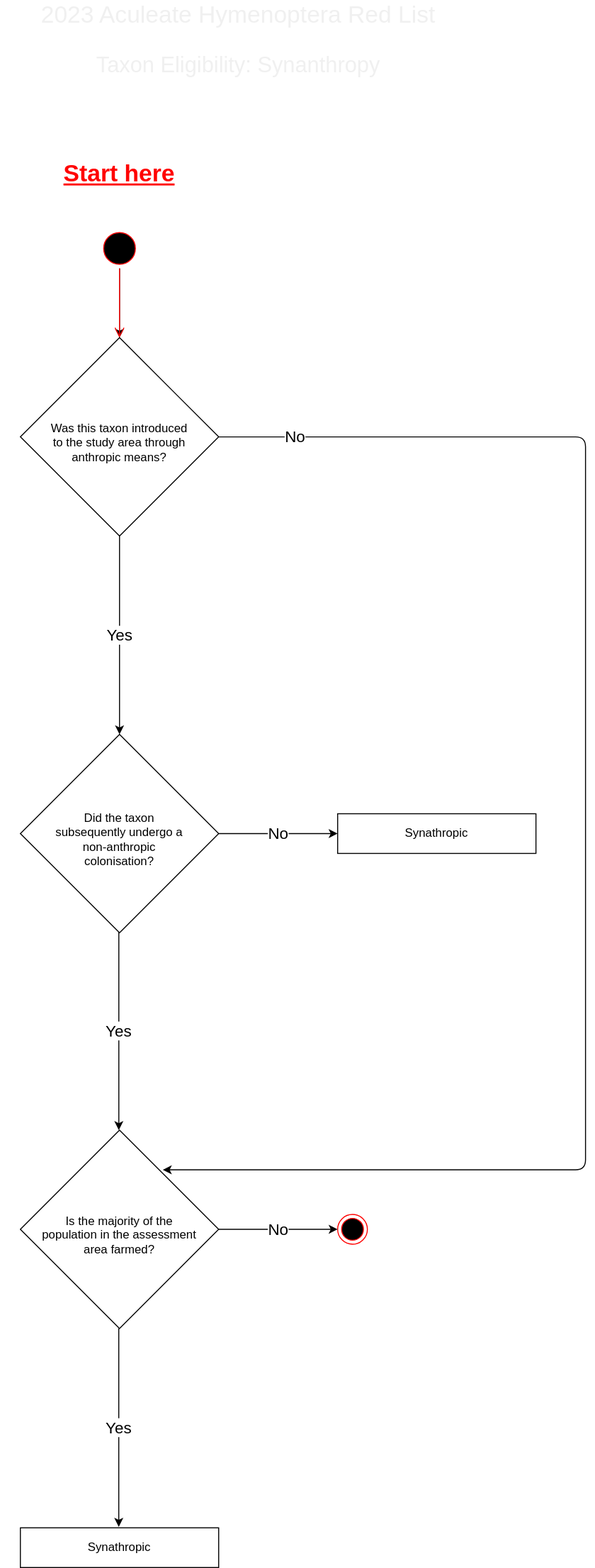
Edwards-R/redlist_docs keeps this draw.io diagram as diagrams/eligibility_synathropy.drawio.svg. Above is the earlier version. Source tidied: cells renumbered, new cells last; positions are measured from the earlier drawing's top-left corner, leaving out a move shared by most shapes.
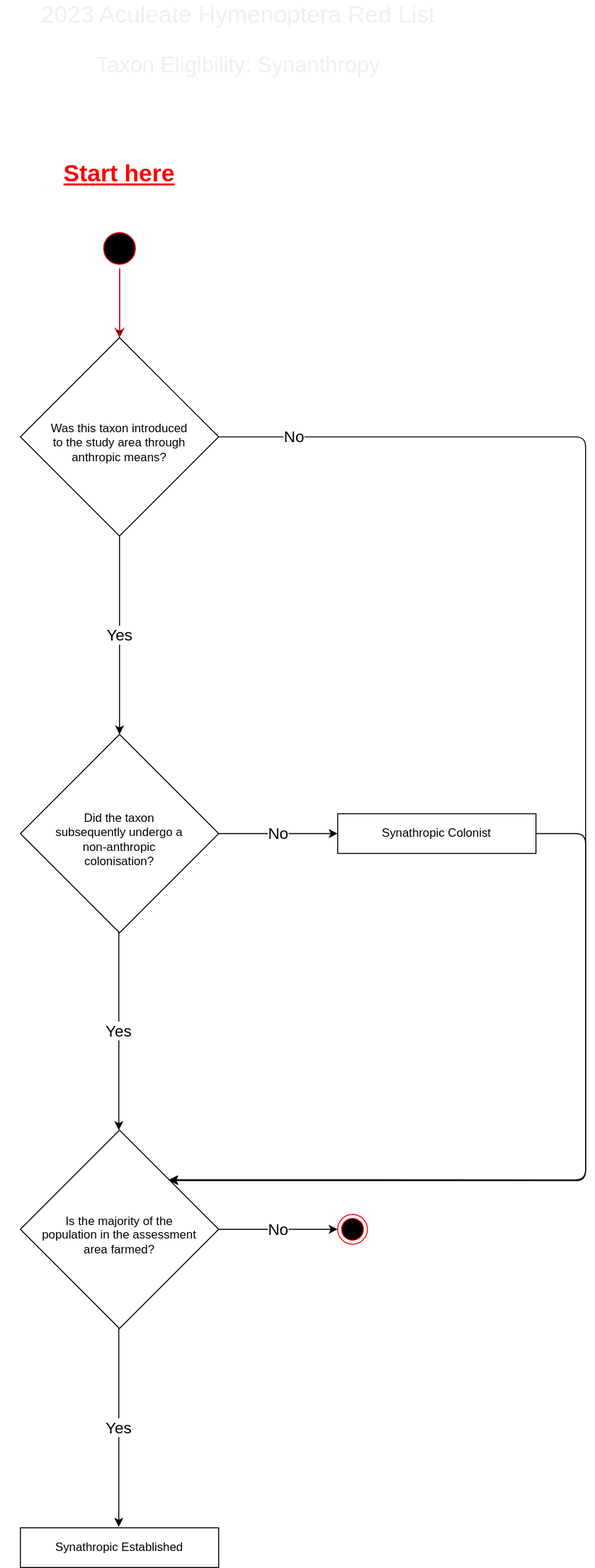
Later version of the same file.

The edit, as a diff of the source:
```diff
@@ -11,11 +11,12 @@
     <mxCell id="4" style="edgeStyle=orthogonalEdgeStyle;html=1;verticalAlign=bottom;endArrow=open;endSize=8;strokeColor=#ff0000;entryX=0.5;entryY=0;entryDx=0;entryDy=0;" parent="1" edge="1" source="3" target="7">
       <mxGeometry relative="1" as="geometry" />
     </mxCell>
-    <mxCell id="5" value="&lt;font style=&quot;font-size: 16px;&quot;&gt;No&lt;/font&gt;" style="edgeStyle=orthogonalEdgeStyle;html=1;entryX=0.718;entryY=0.2;entryDx=0;entryDy=0;fontSize=16;entryPerimeter=0;" parent="1" edge="1" source="7" target="16">
+    <mxCell id="5" value="&lt;font style=&quot;font-size: 16px;&quot;&gt;No&lt;/font&gt;" style="edgeStyle=orthogonalEdgeStyle;html=1;entryX=1;entryY=0;entryDx=0;entryDy=0;fontSize=16;" parent="1" edge="1" source="7" target="16">
       <mxGeometry x="-0.9" relative="1" as="geometry">
         <Array as="points">
           <mxPoint x="590" y="440" />
-          <mxPoint x="590" y="1179" />
+          <mxPoint x="590" y="1190" />
+          <mxPoint x="170" y="1190" />
         </Array>
       </mxGeometry>
     </mxCell>
@@ -30,7 +31,15 @@
     <mxCell id="8" value="Start here" style="text;html=1;strokeColor=none;fillColor=none;align=center;verticalAlign=middle;whiteSpace=wrap;rounded=0;labelBorderColor=none;fontSize=24;fontColor=#FF0000;fontStyle=5;" parent="1" vertex="1">
       <mxGeometry x="30" y="160" width="180" height="30" as="geometry" />
     </mxCell>
+    <mxCell id="20" style="edgeStyle=orthogonalEdgeStyle;html=1;entryX=1;entryY=0;entryDx=0;entryDy=0;" parent="1" edge="1" source="9" target="16">
+      <mxGeometry relative="1" as="geometry">
+        <Array as="points">
+          <mxPoint x="590" y="840" />
+          <mxPoint x="590" y="1189" />
+        </Array>
+      </mxGeometry>
+    </mxCell>
-    <mxCell id="9" value="Synathropic" style="rounded=0;whiteSpace=wrap;html=1;labelBorderColor=none;fontSize=12;" parent="1" vertex="1">
+    <mxCell id="9" value="Synathropic Colonist" style="rounded=0;whiteSpace=wrap;html=1;labelBorderColor=none;fontSize=12;" parent="1" vertex="1">
       <mxGeometry x="340" y="820" width="200" height="40" as="geometry" />
     </mxCell>
     <mxCell id="10" value="2023 Aculeate Hymenoptera Red List" style="text;html=1;strokeColor=none;fillColor=none;align=center;verticalAlign=middle;whiteSpace=wrap;rounded=0;labelBorderColor=none;fontSize=24;fontColor=#F0f0f0;labelBackgroundColor=none;" parent="1" vertex="1">
@@ -60,7 +69,7 @@
     <mxCell id="16" value="Is the majority of the&lt;br&gt;population in the assessment&lt;br&gt;area farmed?" style="rhombus;spacing=6;spacingTop=11;spacingBottom=0;whiteSpace=wrap;html=1;labelBorderColor=none;" parent="1" vertex="1">
       <mxGeometry x="20" y="1139" width="200" height="200" as="geometry" />
     </mxCell>
-    <mxCell id="17" value="Synathropic" style="rounded=0;whiteSpace=wrap;html=1;labelBorderColor=none;fontSize=12;" parent="1" vertex="1">
+    <mxCell id="17" value="Synathropic Established" style="rounded=0;whiteSpace=wrap;html=1;labelBorderColor=none;fontSize=12;" parent="1" vertex="1">
       <mxGeometry x="20" y="1540" width="200" height="40" as="geometry" />
     </mxCell>
     <mxCell id="18" value="&lt;font style=&quot;font-size: 16px;&quot;&gt;No&lt;/font&gt;" style="edgeStyle=none;html=1;entryX=0;entryY=0.5;entryDx=0;entryDy=0;fontSize=16;" parent="1" edge="1">
```
